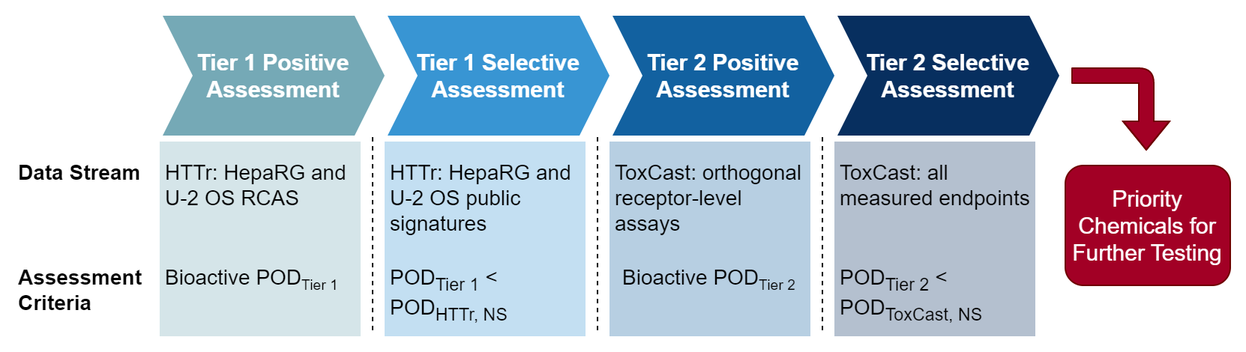
This is vignettes/Fig2A.png from USEPA/CompTox-HTTr-RCAS, a draw.io export, as it was before one commit. Source tidied: cells renumbered, new cells last; positions are measured from the earlier drawing's top-left corner, leaving out a move shared by most shapes.
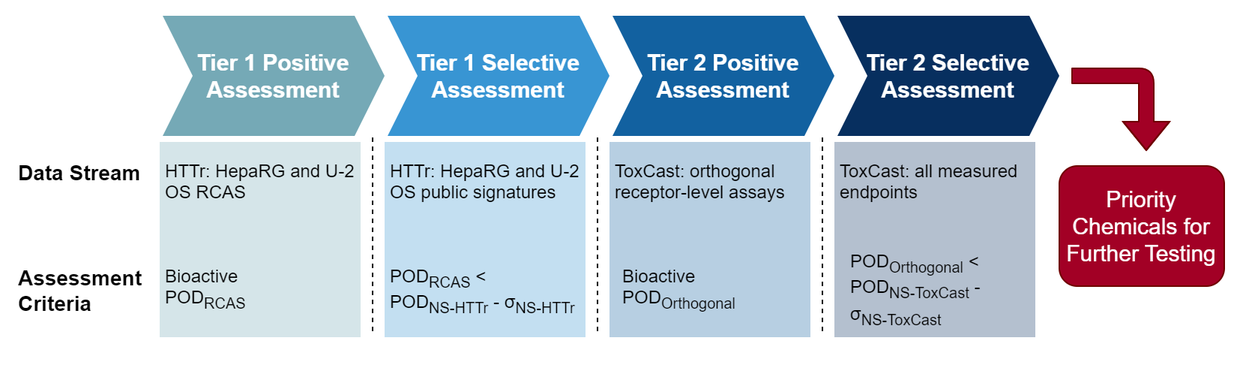
The same diagram one commit later.

Commit message:
harmonized POD naming scheme with figures/main text

The edit, as a diff of the source:
```diff
@@ -1,4 +1,4 @@
-<mxGraphModel background="#ffffff">
+<mxGraphModel background="#ffffff" math="1">
   <root>
     <mxCell id="0" />
     <mxCell id="1" parent="0" />
@@ -26,16 +26,16 @@
     <mxCell id="9" value="Tier 2 Selective Assessment" style="shape=step;perimeter=stepPerimeter;whiteSpace=wrap;html=1;fixedSize=1;fillColor=#072f5f;strokeColor=none;fontColor=#ffffff;fontSize=15;fontStyle=1;" parent="1" vertex="1">
       <mxGeometry x="548" width="148" height="80" as="geometry" />
     </mxCell>
-    <mxCell id="10" value="HTTr: HepaRG and U-2 OS RCAS" style="text;html=1;strokeColor=none;fillColor=none;align=left;verticalAlign=top;whiteSpace=wrap;rounded=0;fontSize=14;fontColor=#000000;" parent="1" vertex="1">
+    <mxCell id="10" value="HTTr: HepaRG and U-2 OS RCAS" style="text;html=1;strokeColor=none;fillColor=none;align=left;verticalAlign=top;whiteSpace=wrap;rounded=0;fontSize=12;fontColor=#000000;" parent="1" vertex="1">
       <mxGeometry x="98" y="90" width="130" height="30" as="geometry" />
     </mxCell>
-    <mxCell id="11" value="HTTr: HepaRG and U-2 OS public signatures" style="text;html=1;strokeColor=none;fillColor=none;align=left;verticalAlign=top;whiteSpace=wrap;rounded=0;fontSize=14;fontColor=#000000;" parent="1" vertex="1">
+    <mxCell id="11" value="HTTr: HepaRG and U-2 OS public signatures" style="text;html=1;strokeColor=none;fillColor=none;align=left;verticalAlign=top;whiteSpace=wrap;rounded=0;fontSize=12;fontColor=#000000;" parent="1" vertex="1">
       <mxGeometry x="248" y="90" width="130" height="30" as="geometry" />
     </mxCell>
-    <mxCell id="12" value="ToxCast: all measured endpoints" style="text;html=1;strokeColor=none;fillColor=none;align=left;verticalAlign=top;whiteSpace=wrap;rounded=0;fontSize=14;fontColor=#000000;" parent="1" vertex="1">
+    <mxCell id="12" value="ToxCast: all measured endpoints" style="text;html=1;strokeColor=none;fillColor=none;align=left;verticalAlign=top;whiteSpace=wrap;rounded=0;fontSize=12;fontColor=#000000;" parent="1" vertex="1">
       <mxGeometry x="548" y="90" width="130" height="30" as="geometry" />
     </mxCell>
-    <mxCell id="13" value="ToxCast: orthogonal receptor-level assays" style="text;html=1;strokeColor=none;fillColor=none;align=left;verticalAlign=top;whiteSpace=wrap;rounded=0;fontSize=14;fontColor=#000000;" parent="1" vertex="1">
+    <mxCell id="13" value="ToxCast: orthogonal receptor-level assays" style="text;html=1;strokeColor=none;fillColor=none;align=left;verticalAlign=top;whiteSpace=wrap;rounded=0;fontSize=12;fontColor=#000000;" parent="1" vertex="1">
       <mxGeometry x="398" y="90" width="130" height="30" as="geometry" />
     </mxCell>
     <mxCell id="14" value="Data Stream" style="text;html=1;strokeColor=none;fillColor=none;align=left;verticalAlign=top;whiteSpace=wrap;rounded=0;fontSize=14;fontColor=#000000;fontStyle=1;" parent="1" vertex="1">
@@ -44,18 +44,12 @@
     <mxCell id="15" value="Assessment&lt;br&gt;Criteria" style="text;html=1;strokeColor=none;fillColor=none;align=left;verticalAlign=top;whiteSpace=wrap;rounded=0;fontSize=14;fontColor=#000000;fontStyle=1;" parent="1" vertex="1">
       <mxGeometry y="160" width="60" height="30" as="geometry" />
     </mxCell>
-    <mxCell id="16" value="Bioactive POD&lt;span style=&quot;font-size: 11.6667px;&quot;&gt;&lt;sub&gt;Tier 1&lt;/sub&gt;&lt;/span&gt;" style="text;html=1;strokeColor=none;fillColor=none;align=left;verticalAlign=top;whiteSpace=wrap;rounded=0;fontSize=14;fontColor=#000000;" parent="1" vertex="1">
+    <mxCell id="16" value="Bioactive &lt;br&gt;POD&lt;font style=&quot;font-size: 12px;&quot;&gt;&lt;sub&gt;RCAS&lt;/sub&gt;&lt;/font&gt;" style="text;html=1;strokeColor=none;fillColor=none;align=left;verticalAlign=top;whiteSpace=wrap;rounded=0;fontSize=12;fontColor=#000000;" parent="1" vertex="1">
       <mxGeometry x="98" y="160" width="130" height="30" as="geometry" />
     </mxCell>
-    <mxCell id="17" value="POD&lt;sub&gt;Tier 1&lt;/sub&gt;&amp;nbsp;&amp;lt; POD&lt;sub&gt;HTTr, NS&lt;/sub&gt;" style="text;html=1;strokeColor=none;fillColor=none;align=left;verticalAlign=top;whiteSpace=wrap;rounded=0;fontSize=14;fontColor=#000000;" parent="1" vertex="1">
-      <mxGeometry x="248" y="160" width="130" height="30" as="geometry" />
-    </mxCell>
-    <mxCell id="18" value="Bioactive POD&lt;span style=&quot;font-size: 11.6667px;&quot;&gt;&lt;sub&gt;Tier 2&lt;/sub&gt;&lt;/span&gt;" style="text;html=1;strokeColor=none;fillColor=none;align=left;verticalAlign=top;whiteSpace=wrap;rounded=0;fontSize=14;fontColor=#000000;" parent="1" vertex="1">
+    <mxCell id="18" value="Bioactive &lt;br&gt;POD&lt;sub style=&quot;&quot;&gt;&lt;font style=&quot;font-size: 10px;&quot;&gt;Orthogonal&lt;/font&gt;&lt;/sub&gt;" style="text;html=1;strokeColor=none;fillColor=none;align=left;verticalAlign=top;whiteSpace=wrap;rounded=0;fontSize=12;fontColor=#000000;" parent="1" vertex="1">
       <mxGeometry x="403" y="160" width="130" height="30" as="geometry" />
     </mxCell>
-    <mxCell id="19" value="POD&lt;sub&gt;Tier 2&lt;/sub&gt;&amp;nbsp;&amp;lt; POD&lt;sub&gt;ToxCast, NS&lt;/sub&gt;" style="text;html=1;strokeColor=none;fillColor=none;align=left;verticalAlign=top;whiteSpace=wrap;rounded=0;fontSize=14;fontColor=#000000;" parent="1" vertex="1">
-      <mxGeometry x="548" y="160" width="140" height="30" as="geometry" />
-    </mxCell>
     <mxCell id="20" style="endArrow=none;dashed=1;html=1;strokeColor=#000000;fontSize=15;fontColor=#000000;" parent="1" edge="1">
       <mxGeometry relative="1" as="geometry">
         <mxPoint x="238" y="210" as="sourcePoint" />
@@ -84,7 +78,13 @@
       </mxGeometry>
     </mxCell>
     <mxCell id="24" value="Priority Chemicals for Further Testing" style="rounded=1;whiteSpace=wrap;html=1;strokeColor=#6F0000;fontSize=15;fontColor=#ffffff;fillColor=#a20025;" parent="1" vertex="1">
-      <mxGeometry x="700" y="100" width="110" height="80" as="geometry" />
+      <mxGeometry x="696" y="100" width="110" height="80" as="geometry" />
     </mxCell>
+    <mxCell id="25" value="&lt;div style=&quot;&quot;&gt;&lt;span style=&quot;background-color: initial;&quot;&gt;POD&lt;/span&gt;&lt;font style=&quot;background-color: initial;&quot;&gt;&lt;sub&gt;RCAS&lt;/sub&gt;&amp;nbsp;&amp;lt;&amp;nbsp;&lt;/font&gt;&lt;/div&gt;&lt;span&gt;&lt;span style=&quot;background-color: initial; font-family: Helvetica; font-size: 12px;&quot;&gt;POD&lt;sub&gt;NS-HTTr&lt;/sub&gt; -&amp;nbsp;&lt;/span&gt;&lt;font style=&quot;font-size: 12px;&quot;&gt;σ&lt;/font&gt;&lt;sub style=&quot;&quot;&gt;&lt;font style=&quot;font-size: 10px;&quot;&gt;NS-HTTr&lt;/font&gt;&lt;/sub&gt;&lt;br&gt;&lt;/span&gt;&lt;span style=&quot;color: rgba(0, 0, 0, 0); font-family: monospace; font-size: 0px;&quot;&gt;mxGraphModel%3E%3Croot%3E%3CmxCell%20id%3D%220%22%2F%3E%3CmxCell%20id%3D%221%22%20parent%3D%220%22%2F%3E%3CmxCell%20id%3D%222%22%20value%3D%22Bioactive%20%26lt%3Bbr%26gt%3BPOD%26lt%3Bfont%20style%3D%26quot%3Bfont-size%3A%2012px%3B%26quot%3B%26gt%3B%26lt%3Bsub%26gt%3BRCAS%26lt%3B%2Fsub%26gt%3B%26lt%3B%2Ffont%26gt%3B%22%20style%3D%22text%3Bhtml%3D1%3BstrokeColor%3Dnone%3BfillColor%3Dnone%3Balign%3Dleft%3BverticalAlign%3Dtop%3BwhiteSpace%3Dwrap%3Brounded%3D0%3BfontSize%3D12%3BfontColor%3D%23000000%3B%22%20vertex%3D%221%22%20parent%3D%221%22%3E%3CmxGeometry%20x%3D%22108%22%20y%3D%22370%22%20width%3D%22130%22%20height%3D%2230%22%20as%3D%22geometry%22%2F%3E%3C%2FmxCell%3E%3C%2Froot%3E%3C%2FmxGraphModel%3E&lt;/span&gt;" style="text;html=1;strokeColor=none;fillColor=none;align=left;verticalAlign=top;whiteSpace=wrap;rounded=0;fontSize=12;fontColor=#000000;" parent="1" vertex="1">
+      <mxGeometry x="248" y="160" width="132" height="30" as="geometry" />
+    </mxCell>
+    <mxCell id="26" value="&lt;div style=&quot;&quot;&gt;&lt;span style=&quot;background-color: initial;&quot;&gt;POD&lt;sub style=&quot;&quot;&gt;&lt;font style=&quot;font-size: 10px;&quot;&gt;Orthogonal&lt;/font&gt;&lt;/sub&gt;&lt;/span&gt;&lt;font style=&quot;background-color: initial;&quot;&gt;&amp;nbsp;&amp;lt;&amp;nbsp;&lt;/font&gt;&lt;/div&gt;&lt;span&gt;&lt;span style=&quot;background-color: initial; font-family: Helvetica; font-size: 12px;&quot;&gt;POD&lt;sub&gt;NS-ToxCast&lt;/sub&gt;&amp;nbsp;-&amp;nbsp;&lt;br&gt;&lt;/span&gt;&lt;font style=&quot;font-size: 12px;&quot;&gt;σ&lt;/font&gt;&lt;sub style=&quot;&quot;&gt;&lt;font style=&quot;font-size: 10px;&quot;&gt;NS-ToxCast&lt;/font&gt;&lt;/sub&gt;&lt;br&gt;&lt;/span&gt;&lt;span style=&quot;color: rgba(0, 0, 0, 0); font-family: monospace; font-size: 0px;&quot;&gt;mxGraphModel%3E%3Croot%3E%3CmxCell%20id%3D%220%22%2F%3E%3CmxCell%20id%3D%221%22%20parent%3D%220%22%2F%3E%3CmxCell%20id%3D%222%22%20value%3D%22Bioactive%20%26lt%3Bbr%26gt%3BPOD%26lt%3Bfont%20style%3D%26quot%3Bfont-size%3A%2012px%3B%26quot%3B%26gt%3B%26lt%3Bsub%26gt%3BRCAS%26lt%3B%2Fsub%26gt%3B%26lt%3B%2Ffont%26gt%3B%22%20style%3D%22text%3Bhtml%3D1%3BstrokeColor%3Dnone%3BfillColor%3Dnone%3Balign%3Dleft%3BverticalAlign%3Dtop%3BwhiteSpace%3Dwrap%3Brounded%3D0%3BfontSize%3D12%3BfontColor%3D%23000000%3B%22%20vertex%3D%221%22%20parent%3D%221%22%3E%3CmxGeometry%20x%3D%22108%22%20y%3D%22370%22%20width%3D%22130%22%20height%3D%2230%22%20as%3D%22geometry%22%2F%3E%3C%2FmxCell%3E%3C%2Froot%3E%3C%2FmxGraphModel%3E&lt;/span&gt;" style="text;html=1;strokeColor=none;fillColor=none;align=left;verticalAlign=top;whiteSpace=wrap;rounded=0;fontSize=12;fontColor=#000000;" parent="1" vertex="1">
+      <mxGeometry x="555" y="150" width="134" height="30" as="geometry" />
+    </mxCell>
   </root>
 </mxGraphModel>
```
